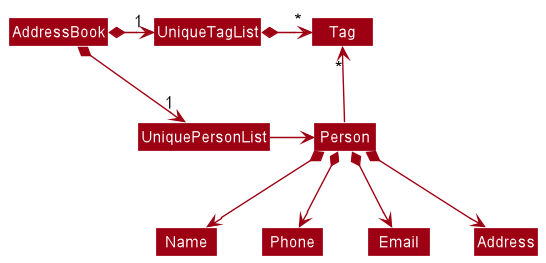
The PlantUML diagram docs/images/BetterModelClassDiagram.png in nus-cs2103-AY2223S1/tp, before a commit.
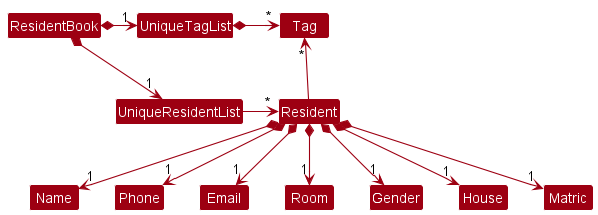
The same diagram one commit later.

Commit message:
Update image and diagram assets for DG

The edit, as a diff of the source:
```diff
@@ -4,18 +4,22 @@
 skinparam arrowColor MODEL_COLOR
 skinparam classBackgroundColor MODEL_COLOR
 
-AddressBook *-right-> "1" UniquePersonList
-AddressBook *-right-> "1" UniqueTagList
-UniqueTagList -[hidden]down- UniquePersonList
-UniqueTagList -[hidden]down- UniquePersonList
+ResidentBook *-right-> "1" UniqueResidentList
+ResidentBook *-right-> "1" UniqueTagList
+UniqueTagList -[hidden]down- UniqueResidentList
+UniqueTagList -[hidden]down- UniqueResidentList
 
 UniqueTagList *-right-> "*" Tag
-UniquePersonList -right-> Person
+UniqueResidentList -right-> "*" Resident
 
-Person -up-> "*" Tag
+Resident -up-> "*" Tag
 
-Person *--> Name
-Person *--> Phone
-Person *--> Email
-Person *--> Address
+Resident *--> "1" Name
+Resident *--> "1" Phone
+Resident *--> "1" Email
+Resident *--> "1" Room
+Resident *--> "1" Gender
+Resident *--> "1" House
+Resident *--> "1" Matric
+
 @enduml
```
